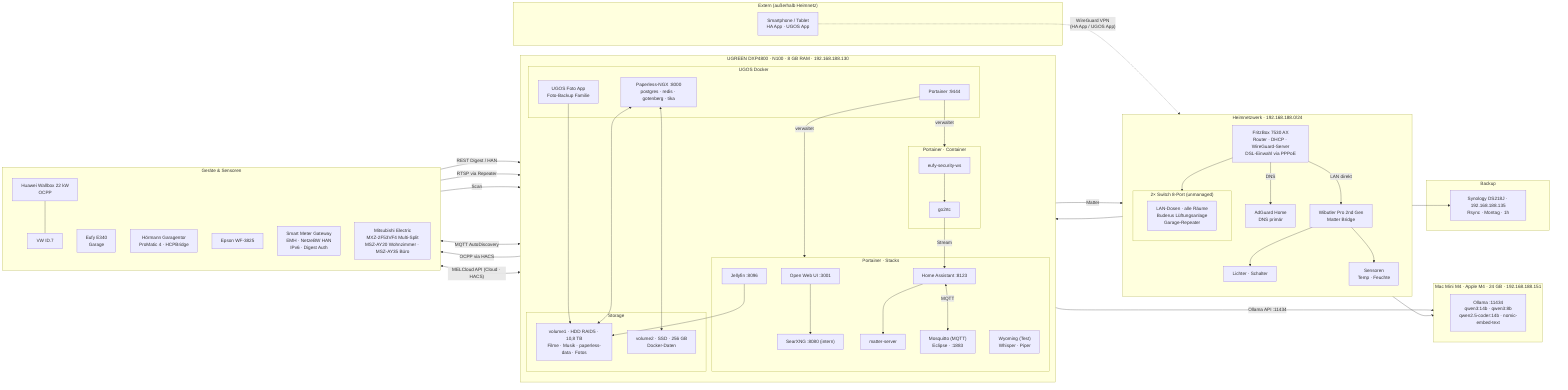
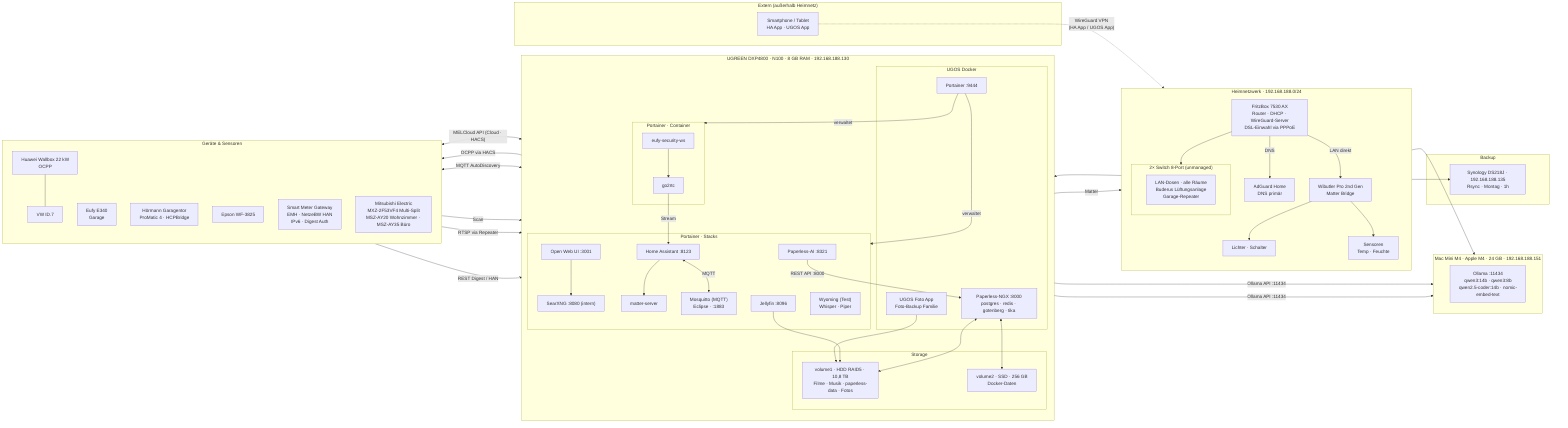
flowchart LR

    subgraph EXTERN["Extern (außerhalb Heimnetz)"]
        PHONE["Smartphone / Tablet\nHA App · UGOS App"]
    end

    subgraph HEIMNETZ["Heimnetzwerk · 192.168.188.0/24"]
        direction TB
        FB["FritzBox 7530 AX\nRouter · DHCP · WireGuard-Server\nDSL-Einwahl via PPPoE"]
        AGH["AdGuard Home\nDNS primär"]
        WB["Wibutler Pro 2nd Gen\nMatter Bridge"]
        LIGHTS["Lichter · Schalter"]
        SENS["Sensoren\nTemp · Feuchte"]
        subgraph SW["2× Switch 8-Port (unmanaged)"]
            SWDEV["LAN-Dosen · alle Räume\nBuderus Lüftungsanlage\nGarage-Repeater"]
        end
    end

    subgraph NAS["UGREEN DXP4800 · N100 · 8 GB RAM · 192.168.188.130"]
        direction TB
        subgraph UGOS["UGOS Docker"]
            PT["Portainer :9444"]
            PL["Paperless-NGX :8000\npostgres · redis · gotenberg · tika"]
            PHOTO["UGOS Foto App\nFoto-Backup Familie"]
        end
        subgraph PSTACK["Portainer · Stacks"]
            HA["Home Assistant :8123"]
            MS["matter-server"]
            JF["Jellyfin :8096"]
            MQ["Mosquitto (MQTT)\nEclipse · :1883"]
            WY["Wyoming (Test)\nWhisper · Piper"]
            OWU["Open Web UI :3001"]
            SRX["SearXNG :8080 (intern)"]
+             PAI["Paperless-AI :8321"]
        end
        subgraph PCONT["Portainer · Container"]
            EUFY["eufy-security-ws"]
            GO2["go2rtc"]
        end
        subgraph STORE["Storage"]
            V1["volume1 · HDD RAID5 · 10,8 TB\nFilme · Musik · paperless-data · Fotos"]
            V2["volume2 · SSD · 256 GB\nDocker-Daten"]
        end
    end

    subgraph GERAETE["Geräte & Sensoren"]
        direction TB
        WALLBOX["Huawei Wallbox 22 kW\nOCPP"]
        ID7["VW ID.7"]
        CAM["Eufy E340\nGarage"]
        GARAGENTOR["Hörmann Garagentor\nProMatic 4 · HCPBridge"]
        EPSON["Epson WF-3825"]
        SMGW["Smart Meter Gateway\nEMH · NetzeBW HAN\nIPv6 · Digest Auth"]
        KLIMA["Mitsubishi Electric\nMXZ-2F53VF4 Multi-Split\nMSZ-AY20 Wohnzimmer · MSZ-AY35 Büro"]
    end

    subgraph MACMINI["Mac Mini M4 · Apple M4 · 24 GB · 192.168.188.151"]
        direction TB
        OLLAMA["Ollama :11434\nqwen3:14b · qwen3:8b\nqwen2.5-coder:14b · nomic-embed-text"]
    end

    subgraph BACKUP["Backup"]
        SYN["Synology DS218J · 192.168.188.135\nRsync · Montag · 1h"]
    end

    %% Extern
    PHONE -. "WireGuard VPN\n(HA App / UGOS App)" .-> FB

    %% Netzwerk-Infrastruktur
    FB -->|DNS| AGH
    FB -->|LAN direkt| WB
    FB --> SW
    SW --> NAS
    SW --> SYN
    SW --> MACMINI

    %% KI-Stack
    OWU -->|Ollama API :11434| OLLAMA
    OWU --> SRX
+     PAI -->|Ollama API :11434| OLLAMA
+     PAI -->|REST API :8000| PL

    %% Portainer Management
    PT -->|verwaltet| PSTACK
    PT -->|verwaltet| PCONT

    %% Matter / Wibutler
    HA --> MS
    MS -->|Matter| WB
    WB --> LIGHTS
    WB --> SENS

    %% MQTT
    HA <-->|MQTT| MQ
    MQ <-->|MQTT AutoDiscovery| GARAGENTOR

    %% HA Integrationen → Geräte
    HA -->|OCPP via HACS| WALLBOX
    WALLBOX --- ID7
    HA <-->|"MELCloud API (Cloud · HACS)"| KLIMA
    SMGW -->|REST Digest / HAN| HA

    %% Kamera-Pipeline
    CAM -->|RTSP via Repeater| EUFY
    EUFY --> GO2
    GO2 -->|Stream| HA

    %% Sonstiges
    EPSON -->|Scan| PL

    %% Storage
    PL <--> V1
    PL <--> V2
    JF --> V1
    PHOTO --> V1
